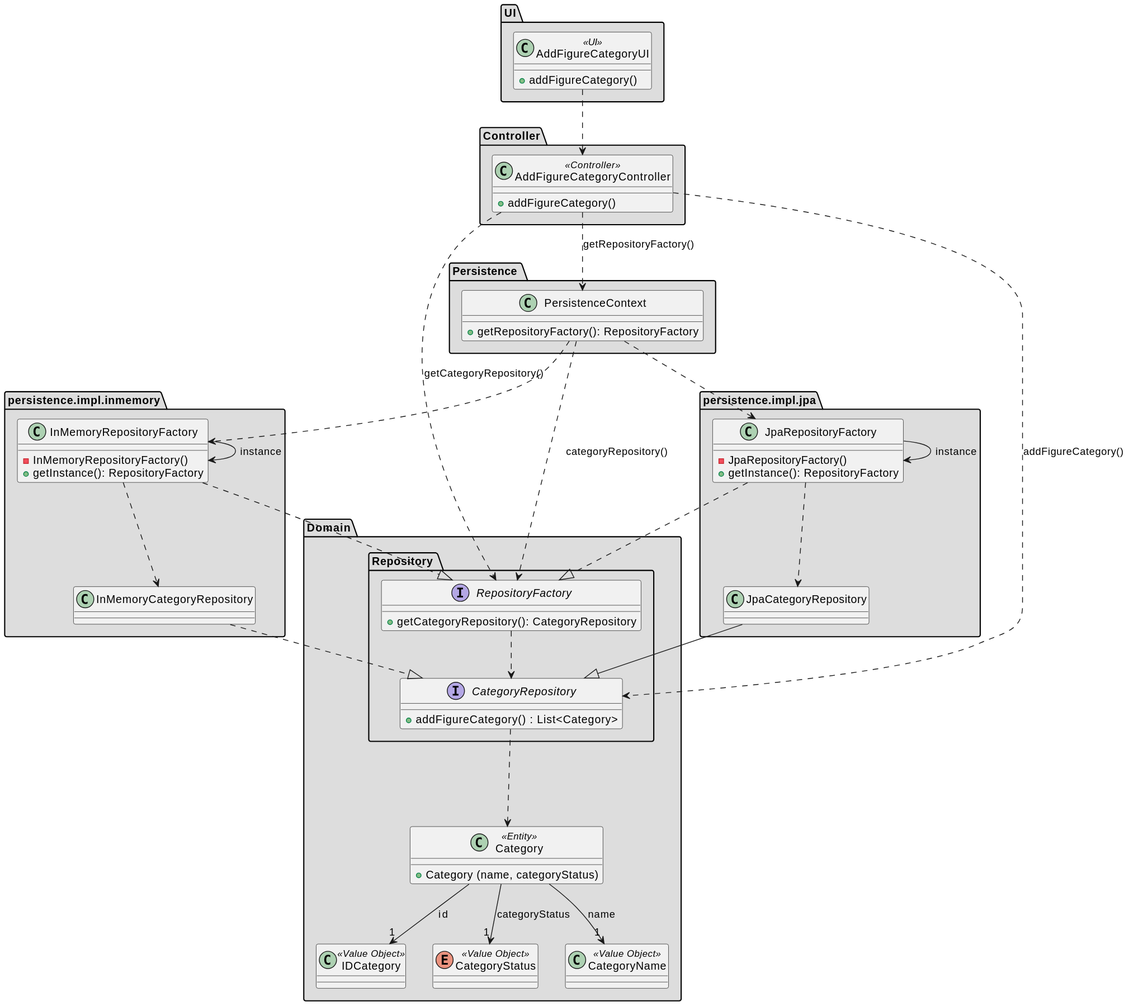
Earlier version of the PlantUML export docs/SPRINT_2/US245/images/class-diagram-245.svg (diogoveirospro/sem4pi-2024-2025-sem4pi_2024_2025_g44).
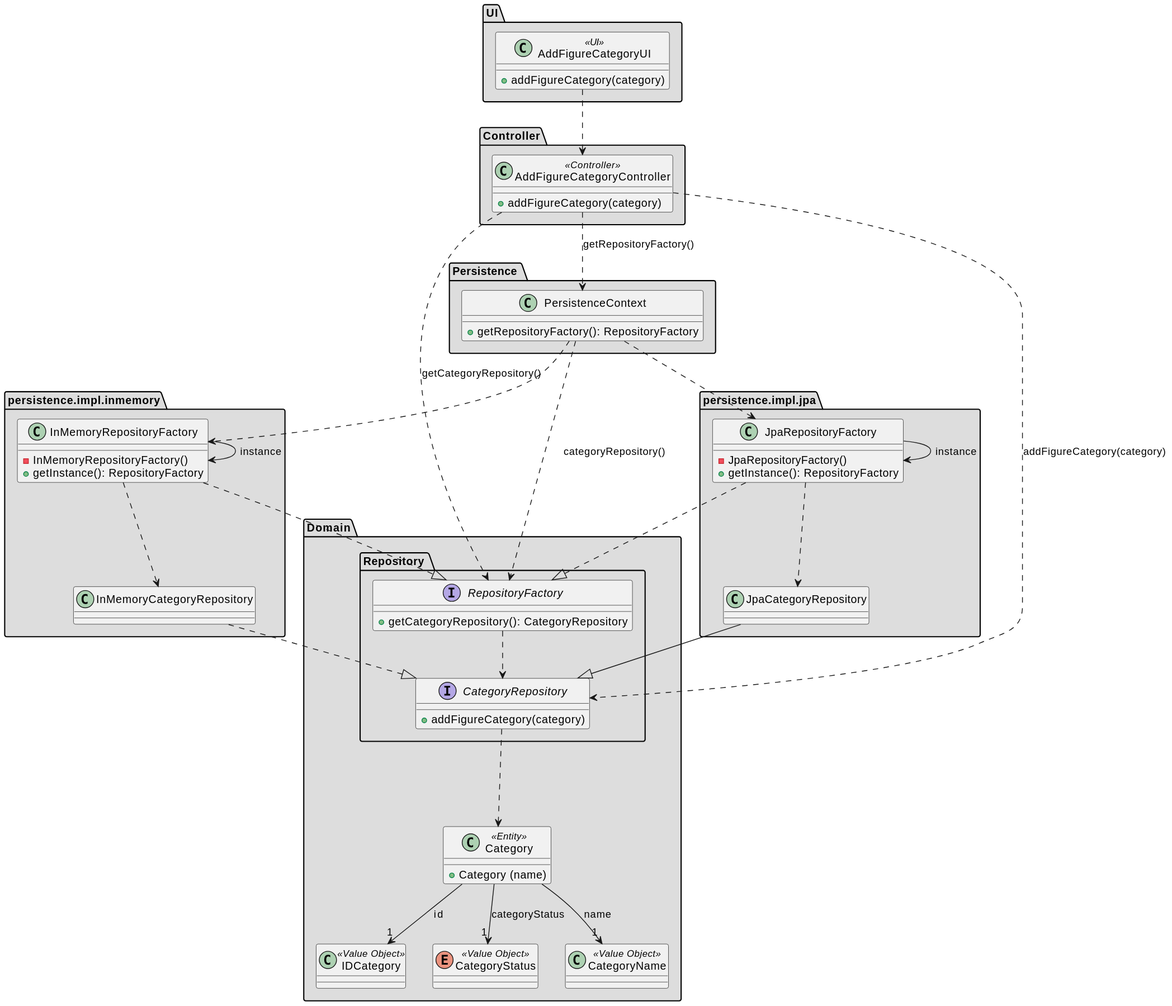
After the change.

Commit message:
#62 Added the domain model and class diagram of us 246

What changed in the source:
```diff
@@ -37,13 +37,13 @@
         }
 
         interface CategoryRepository {
-            + addFigureCategory() : List<Category>
+            + addFigureCategory(category)
         }
 
     }
 
     class Category <<Entity>>{
-        + Category (name, categoryStatus)
+        + Category (name)
     }
 
     class IDCategory <<Value Object>>{
@@ -59,13 +59,13 @@
 
 package "UI" #DDDDDD {
     class AddFigureCategoryUI <<UI>> {
-        + addFigureCategory()
+        + addFigureCategory(category)
     }
 }
 
 package "Controller" #DDDDDD {
     class AddFigureCategoryController <<Controller>> {
-        + addFigureCategory()
+        + addFigureCategory(category)
     }
 }
 
@@ -104,5 +104,5 @@
 
     AddFigureCategoryController ..> PersistenceContext : getRepositoryFactory()
     AddFigureCategoryController ..> RepositoryFactory : getCategoryRepository()
-    AddFigureCategoryController ..> CategoryRepository : addFigureCategory()
+    AddFigureCategoryController ..> CategoryRepository : addFigureCategory(category)
 @enduml
```
